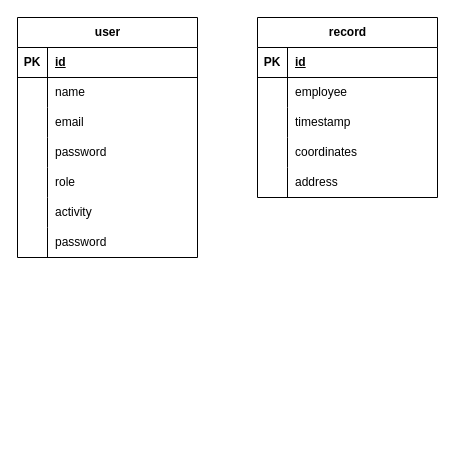
This is ER.drawio from itsjaof/esgts-projeto, a draw.io file, before an edit. Source tidied: cells renumbered, new cells numbered last; positions are measured from the earlier drawing's top-left corner, leaving out a move shared by most shapes. Both pictures are drawn from the tidied source at 100%, with x=0, y=0 at pixel (17, 17).
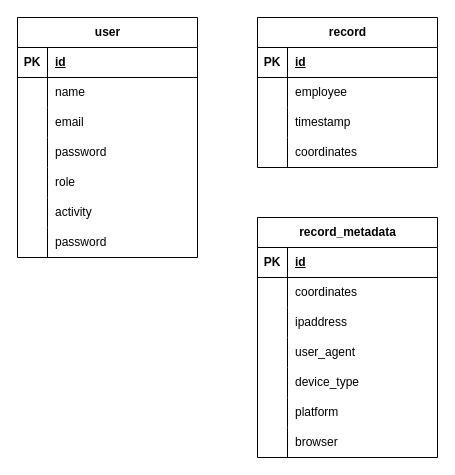
Above is the later version.

What changed in the source:
```diff
@@
     <mxCell id="24" value="record" style="shape=table;startSize=30;childLayout=tableLayout;rowLines=0;fontStyle=1;align=center;html=1;" parent="1" vertex="1">
-      <mxGeometry x="240" width="180" height="180" as="geometry" />
+      <mxGeometry x="240" width="180" height="150" as="geometry" />
     </mxCell>
@@
+    <mxCell id="40" value="record_metadata" style="shape=table;startSize=30;childLayout=tableLayout;rowLines=0;fontStyle=1;align=center;html=1;" parent="1" vertex="1">
+      <mxGeometry x="240" y="200" width="180" height="240" as="geometry" />
+    </mxCell>
+    <mxCell id="41" style="shape=tableRow;horizontal=0;startSize=0;swimlaneHead=0;swimlaneBody=0;fillColor=none;top=0;left=0;right=0;bottom=1;" parent="40" vertex="1">
+      <mxGeometry y="30" width="180" height="30" as="geometry" />
+    </mxCell>
+    <mxCell id="42" value="PK" style="shape=partialRectangle;fillColor=none;top=0;left=0;bottom=0;right=0;fontStyle=1;overflow=hidden;whiteSpace=wrap;html=1;" parent="41" vertex="1">
+      <mxGeometry width="30" height="30" as="geometry" />
+    </mxCell>
+    <mxCell id="43" value="id" style="shape=partialRectangle;fillColor=none;top=0;left=0;bottom=0;right=0;align=left;spacingLeft=6;fontStyle=5;overflow=hidden;whiteSpace=wrap;html=1;" parent="41" vertex="1">
+      <mxGeometry x="30" width="150" height="30" as="geometry" />
+    </mxCell>
+    <mxCell id="44" style="shape=tableRow;horizontal=0;startSize=0;swimlaneHead=0;swimlaneBody=0;fillColor=none;top=0;left=0;right=0;bottom=0;" parent="40" vertex="1">
+      <mxGeometry y="60" width="180" height="30" as="geometry" />
+    </mxCell>
+    <mxCell id="45" style="shape=partialRectangle;fillColor=none;top=0;left=0;bottom=0;right=0;overflow=hidden;whiteSpace=wrap;html=1;" parent="44" vertex="1">
+      <mxGeometry width="30" height="30" as="geometry" />
+    </mxCell>
+    <mxCell id="46" value="coordinates" style="shape=partialRectangle;fillColor=none;top=0;left=0;bottom=0;right=0;align=left;spacingLeft=6;overflow=hidden;whiteSpace=wrap;html=1;" parent="44" vertex="1">
+      <mxGeometry x="30" width="150" height="30" as="geometry" />
+    </mxCell>
+    <mxCell id="47" style="shape=tableRow;horizontal=0;startSize=0;swimlaneHead=0;swimlaneBody=0;fillColor=none;top=0;left=0;right=0;bottom=0;" parent="40" vertex="1">
+      <mxGeometry y="90" width="180" height="30" as="geometry" />
+    </mxCell>
+    <mxCell id="48" style="shape=partialRectangle;fillColor=none;top=0;left=0;bottom=0;right=0;overflow=hidden;whiteSpace=wrap;html=1;" parent="47" vertex="1">
+      <mxGeometry width="30" height="30" as="geometry" />
+    </mxCell>
+    <mxCell id="49" value="ipaddress" style="shape=partialRectangle;fillColor=none;top=0;left=0;bottom=0;right=0;align=left;spacingLeft=6;overflow=hidden;whiteSpace=wrap;html=1;" parent="47" vertex="1">
+      <mxGeometry x="30" width="150" height="30" as="geometry" />
+    </mxCell>
+    <mxCell id="50" style="shape=tableRow;horizontal=0;startSize=0;swimlaneHead=0;swimlaneBody=0;fillColor=none;top=0;left=0;right=0;bottom=0;" parent="40" vertex="1">
+      <mxGeometry y="120" width="180" height="30" as="geometry" />
+    </mxCell>
+    <mxCell id="51" style="shape=partialRectangle;fillColor=none;top=0;left=0;bottom=0;right=0;overflow=hidden;whiteSpace=wrap;html=1;" parent="50" vertex="1">
+      <mxGeometry width="30" height="30" as="geometry" />
+    </mxCell>
+    <mxCell id="52" value="user_agent" style="shape=partialRectangle;fillColor=none;top=0;left=0;bottom=0;right=0;align=left;spacingLeft=6;overflow=hidden;whiteSpace=wrap;html=1;" parent="50" vertex="1">
+      <mxGeometry x="30" width="150" height="30" as="geometry" />
+    </mxCell>
-    <mxCell id="37" style="shape=tableRow;horizontal=0;startSize=0;swimlaneHead=0;swimlaneBody=0;fillColor=none;top=0;left=0;right=0;bottom=0;" parent="24" vertex="1">
+    <mxCell id="37" style="shape=tableRow;horizontal=0;startSize=0;swimlaneHead=0;swimlaneBody=0;fillColor=none;top=0;left=0;right=0;bottom=0;" parent="40" vertex="1">
       <mxGeometry y="150" width="180" height="30" as="geometry" />
     </mxCell>
-    <mxCell id="38" style="shape=partialRectangle;fillColor=none;top=0;left=0;bottom=0;right=0;overflow=hidden;whiteSpace=wrap;html=1;" parent="37" vertex="1">
-      <mxGeometry width="30" height="30" as="geometry" />
-    </mxCell>
-    <mxCell id="39" value="address" style="shape=partialRectangle;fillColor=none;top=0;left=0;bottom=0;right=0;align=left;spacingLeft=6;overflow=hidden;whiteSpace=wrap;html=1;" parent="37" vertex="1">
-      <mxGeometry x="30" width="150" height="30" as="geometry" />
-    </mxCell>
+    <mxCell id="53" style="shape=partialRectangle;fillColor=none;top=0;left=0;bottom=0;right=0;overflow=hidden;whiteSpace=wrap;html=1;" parent="37" vertex="1">
+      <mxGeometry width="30" height="30" as="geometry" />
+    </mxCell>
+    <mxCell id="54" value="device_type" style="shape=partialRectangle;fillColor=none;top=0;left=0;bottom=0;right=0;align=left;spacingLeft=6;overflow=hidden;whiteSpace=wrap;html=1;" parent="37" vertex="1">
+      <mxGeometry x="30" width="150" height="30" as="geometry" />
+    </mxCell>
+    <mxCell id="55" style="shape=tableRow;horizontal=0;startSize=0;swimlaneHead=0;swimlaneBody=0;fillColor=none;top=0;left=0;right=0;bottom=0;" parent="40" vertex="1">
+      <mxGeometry y="180" width="180" height="30" as="geometry" />
+    </mxCell>
+    <mxCell id="56" style="shape=partialRectangle;fillColor=none;top=0;left=0;bottom=0;right=0;overflow=hidden;whiteSpace=wrap;html=1;" parent="55" vertex="1">
+      <mxGeometry width="30" height="30" as="geometry" />
+    </mxCell>
+    <mxCell id="57" value="platform" style="shape=partialRectangle;fillColor=none;top=0;left=0;bottom=0;right=0;align=left;spacingLeft=6;overflow=hidden;whiteSpace=wrap;html=1;" parent="55" vertex="1">
+      <mxGeometry x="30" width="150" height="30" as="geometry" />
+    </mxCell>
+    <mxCell id="58" style="shape=tableRow;horizontal=0;startSize=0;swimlaneHead=0;swimlaneBody=0;fillColor=none;top=0;left=0;right=0;bottom=0;" parent="40" vertex="1">
+      <mxGeometry y="210" width="180" height="30" as="geometry" />
+    </mxCell>
+    <mxCell id="59" style="shape=partialRectangle;fillColor=none;top=0;left=0;bottom=0;right=0;overflow=hidden;whiteSpace=wrap;html=1;" parent="58" vertex="1">
+      <mxGeometry width="30" height="30" as="geometry" />
+    </mxCell>
+    <mxCell id="60" value="browser" style="shape=partialRectangle;fillColor=none;top=0;left=0;bottom=0;right=0;align=left;spacingLeft=6;overflow=hidden;whiteSpace=wrap;html=1;" parent="58" vertex="1">
+      <mxGeometry x="30" width="150" height="30" as="geometry" />
+    </mxCell>
```
